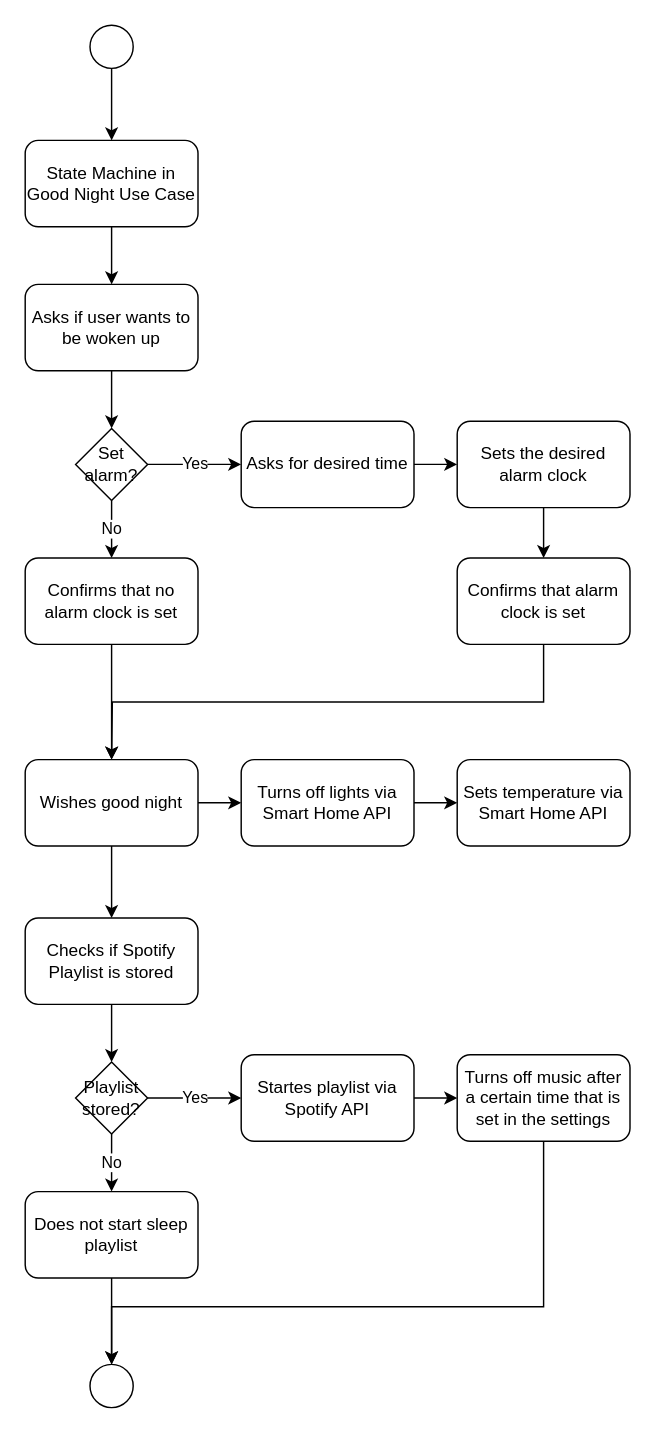
This is docs/usecases/4_good_night/activity_diagram_good_night.drawio from ASWE-PDA/Personal-Digital-Agent, a draw.io file, before an edit. Source tidied: cells renumbered, new cells numbered last; positions are measured from the earlier drawing's top-left corner, leaving out a move shared by most shapes. Both pictures are drawn from the tidied source at 144%, with x=0, y=0 at pixel (24, 24).
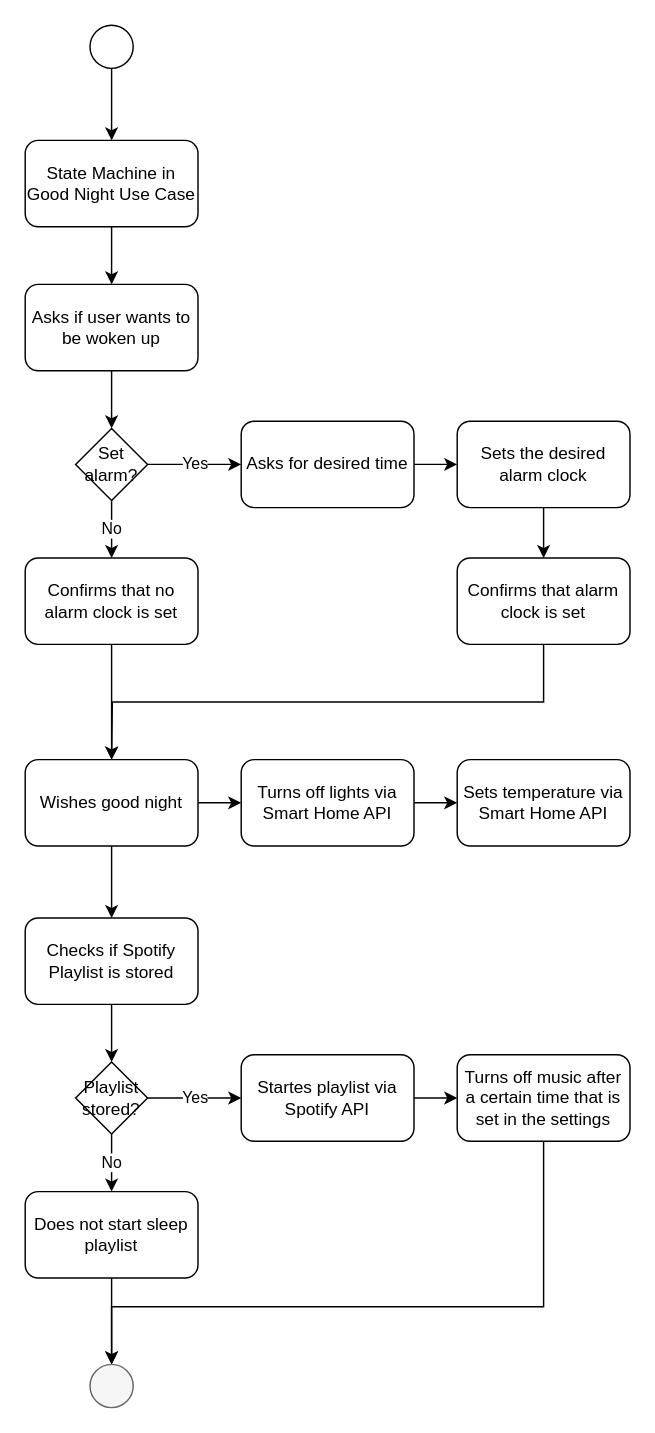
Above is the later version.

Commit message:
fix good night diagram end point

Change to the diagram source:
```diff
@@
-    <mxCell id="34" style="ellipse;whiteSpace=wrap;html=1;" parent="1" vertex="1">
+    <mxCell id="34" style="ellipse;whiteSpace=wrap;html=1;fillColor=#f5f5f5;fontColor=#333333;strokeColor=#666666;" parent="1" vertex="1">
       <mxGeometry x="45" y="930" width="30" height="30" as="geometry" />
     </mxCell>
```
